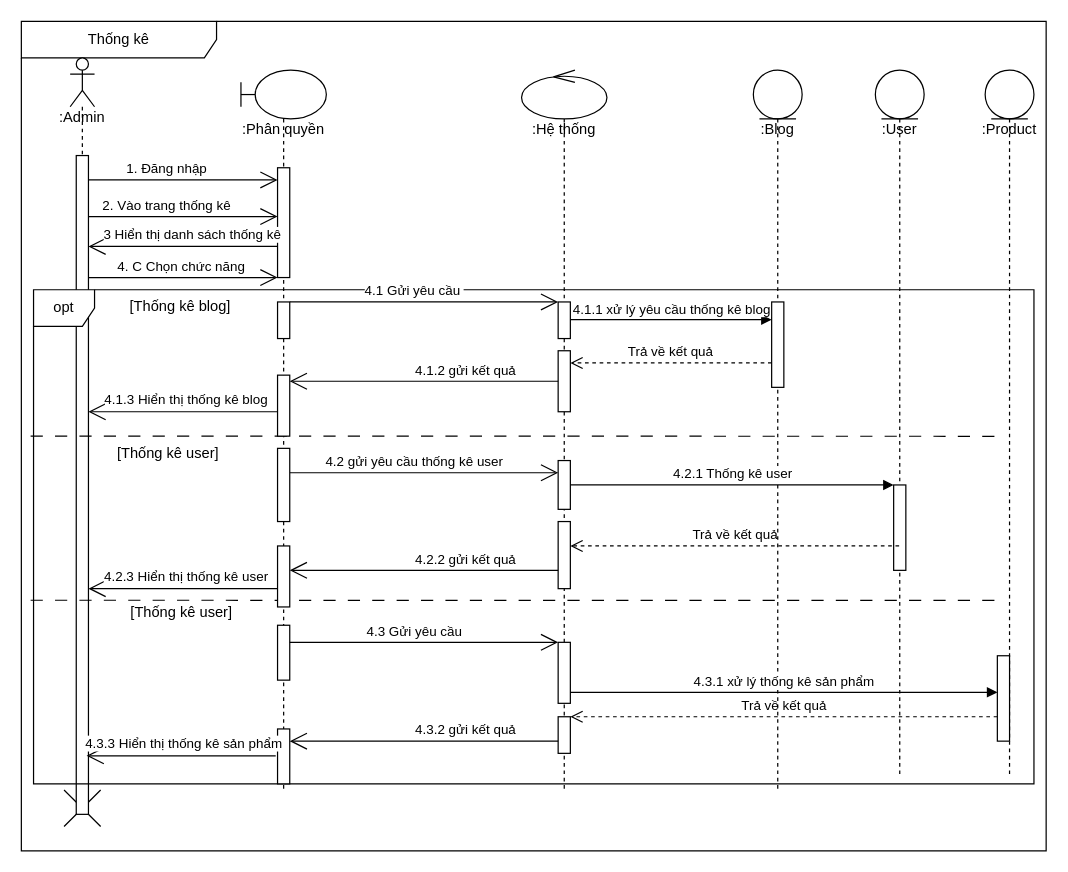
Before: page "Page-8" (8 of 10) of BlogProject/BlogProject/DangKySequence.drawio in TranThanhHoang123/Blog, a draw.io diagram. Source tidied: cells renumbered, new cells numbered last; positions are measured from the earlier drawing's top-left corner, leaving out a move shared by most shapes. Both pictures are drawn from the tidied source at 122%, with x=0, y=0 at pixel (21, 21).
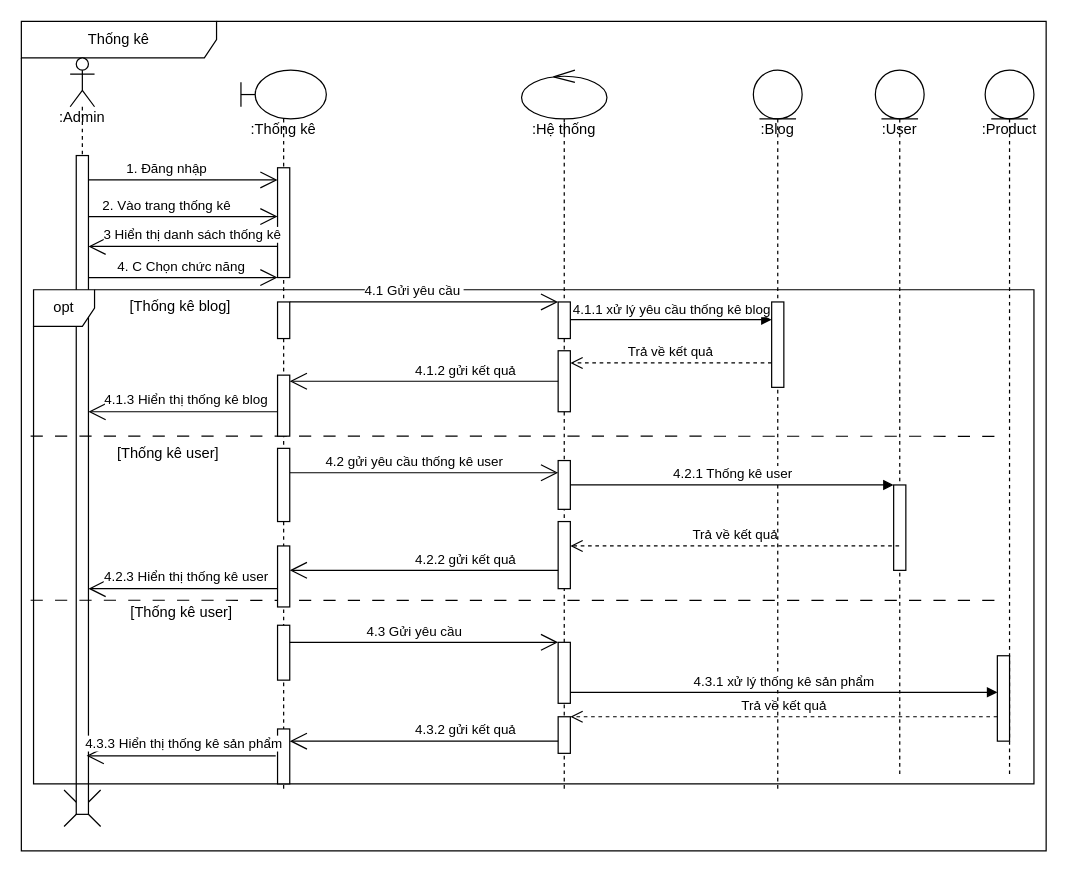
The same page after the edit.

Unchanged cells that the change refers to:
```xml
<mxCell id="2" value="Thống kê" style="shape=umlFrame;whiteSpace=wrap;html=1;width=160;" parent="1" vertex="1">
  <mxGeometry width="840" height="680" as="geometry" />
</mxCell>
```

The edit, as a diff of the source:
```diff
@@
-    <mxCell id="6" value="&lt;div&gt;&lt;br&gt;&lt;/div&gt;&lt;div&gt;&lt;br&gt;&lt;/div&gt;&lt;div&gt;&lt;br&gt;&lt;/div&gt;&lt;div&gt;&lt;br&gt;&lt;/div&gt;&lt;div&gt;:Phân quyền&lt;/div&gt;" style="shape=umlLifeline;perimeter=lifelinePerimeter;whiteSpace=wrap;html=1;newEdgeStyle={&quot;curved&quot;:0,&quot;rounded&quot;:0};participant=umlBoundary;" parent="2" vertex="1">
+    <mxCell id="6" value="&lt;div&gt;&lt;br&gt;&lt;/div&gt;&lt;div&gt;&lt;br&gt;&lt;/div&gt;&lt;div&gt;&lt;br&gt;&lt;/div&gt;&lt;div&gt;&lt;br&gt;&lt;/div&gt;&lt;div&gt;:Thống kê&lt;/div&gt;" style="shape=umlLifeline;perimeter=lifelinePerimeter;whiteSpace=wrap;html=1;newEdgeStyle={&quot;curved&quot;:0,&quot;rounded&quot;:0};participant=umlBoundary;" parent="2" vertex="1">
       <mxGeometry x="180" y="40" width="70" height="590" as="geometry" />
     </mxCell>
```
